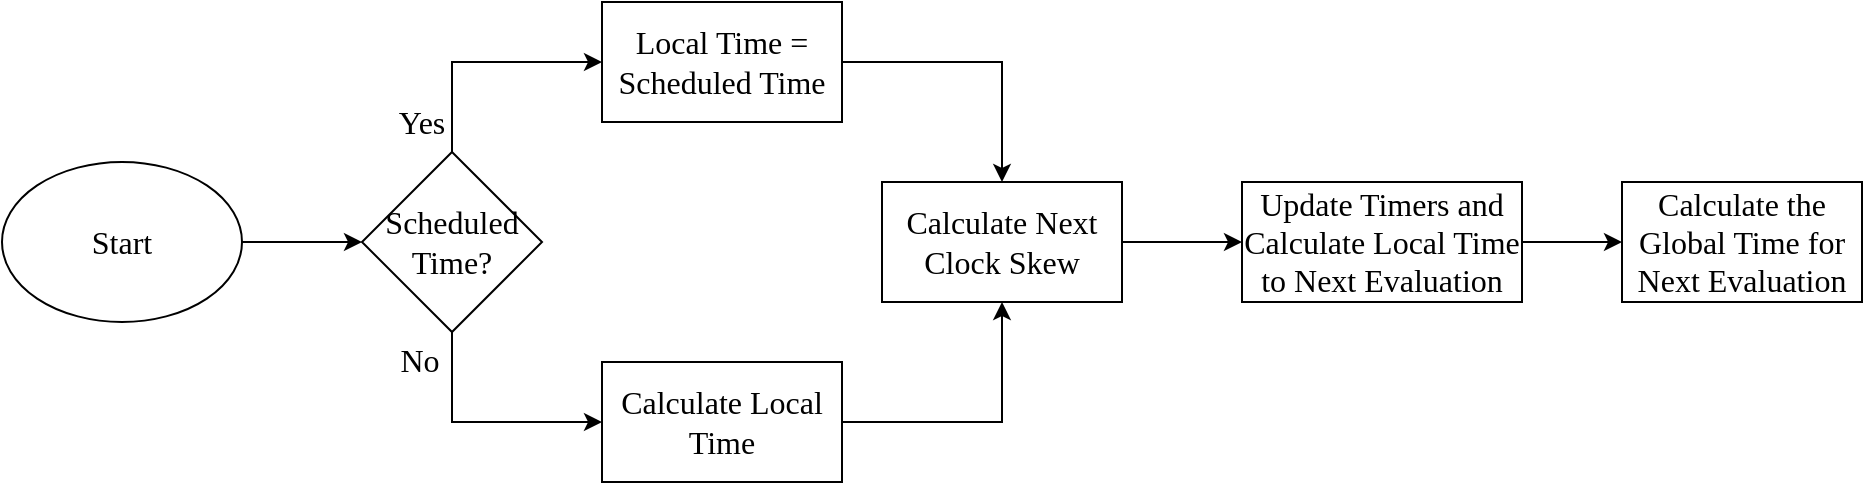
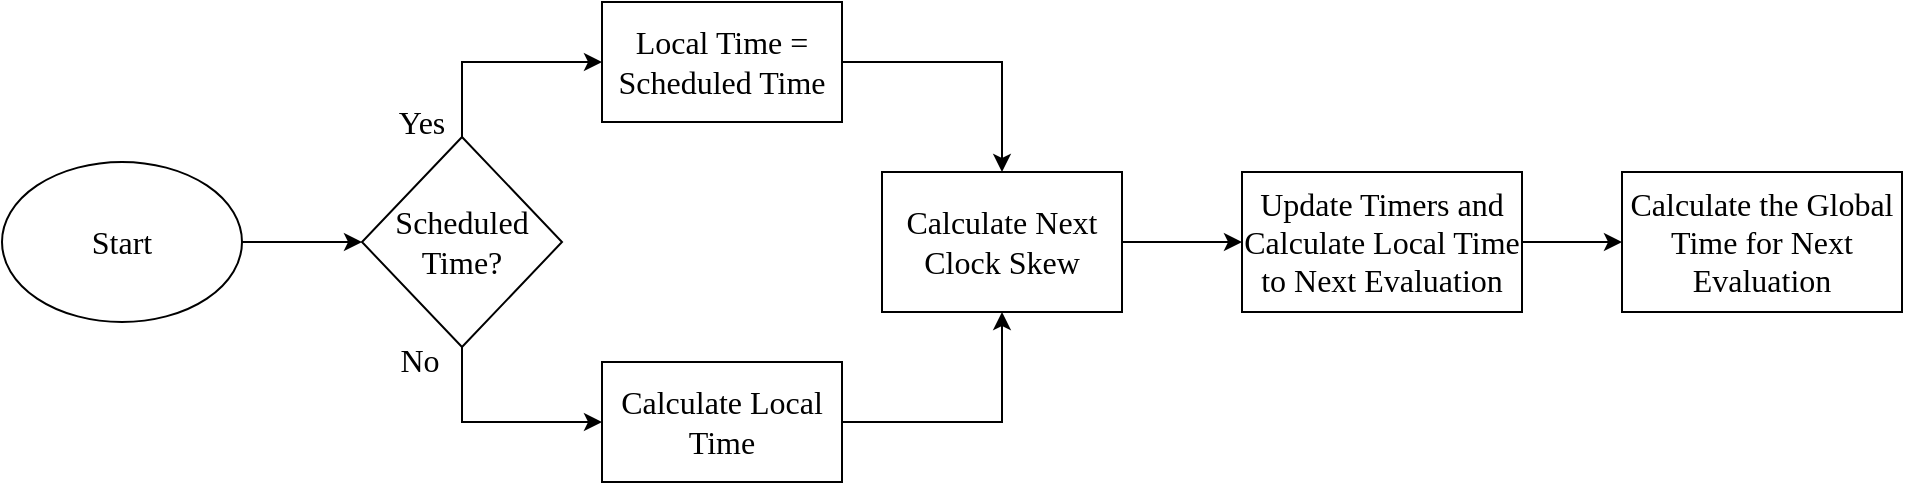
<mxfile host="app.diagrams.net">
  <diagram name="Page-1" id="PFR9LK0ClkDxtsIZ37wa">
-     <mxGraphModel dx="1471" dy="820" grid="1" gridSize="10" guides="1" tooltips="1" connect="1" arrows="1" fold="1" page="1" pageScale="1" pageWidth="1169" pageHeight="1654" math="0" shadow="0">
+     <mxGraphModel dx="1212" dy="675" grid="1" gridSize="10" guides="1" tooltips="1" connect="1" arrows="1" fold="1" page="1" pageScale="1" pageWidth="1169" pageHeight="1654" math="0" shadow="0">
      <root>
        <mxCell id="0" />
        <mxCell id="1" parent="0" />
        <mxCell id="LROuO1wFUtxLFmI2sFh0-1" edge="1" parent="1" source="LROuO1wFUtxLFmI2sFh0-2" style="edgeStyle=orthogonalEdgeStyle;rounded=0;orthogonalLoop=1;jettySize=auto;html=1;exitX=1;exitY=0.5;exitDx=0;exitDy=0;fontFamily=modern;fontSource=https%3A%2F%2Fsourceforge.net%2Fprojects%2Fcm-unicode%2F;fontSize=16;" target="LROuO1wFUtxLFmI2sFh0-5">
          <mxGeometry relative="1" as="geometry" />
        </mxCell>
        <mxCell id="LROuO1wFUtxLFmI2sFh0-2" parent="1" style="ellipse;whiteSpace=wrap;html=1;fontFamily=modern;fontSource=https%3A%2F%2Fsourceforge.net%2Fprojects%2Fcm-unicode%2F;fontSize=16;" value="Start" vertex="1">
          <mxGeometry height="80" width="120" x="60" y="410" as="geometry" />
        </mxCell>
        <mxCell id="LROuO1wFUtxLFmI2sFh0-3" edge="1" parent="1" source="LROuO1wFUtxLFmI2sFh0-5" style="edgeStyle=orthogonalEdgeStyle;rounded=0;orthogonalLoop=1;jettySize=auto;html=1;exitX=0.5;exitY=0;exitDx=0;exitDy=0;entryX=0;entryY=0.5;entryDx=0;entryDy=0;fontFamily=modern;fontSource=https%3A%2F%2Fsourceforge.net%2Fprojects%2Fcm-unicode%2F;fontSize=16;" target="LROuO1wFUtxLFmI2sFh0-7">
          <mxGeometry relative="1" as="geometry" />
        </mxCell>
        <mxCell id="LROuO1wFUtxLFmI2sFh0-4" edge="1" parent="1" source="LROuO1wFUtxLFmI2sFh0-5" style="edgeStyle=orthogonalEdgeStyle;rounded=0;orthogonalLoop=1;jettySize=auto;html=1;exitX=0.5;exitY=1;exitDx=0;exitDy=0;entryX=0;entryY=0.5;entryDx=0;entryDy=0;fontFamily=modern;fontSource=https%3A%2F%2Fsourceforge.net%2Fprojects%2Fcm-unicode%2F;fontSize=16;" target="LROuO1wFUtxLFmI2sFh0-9">
          <mxGeometry relative="1" as="geometry" />
        </mxCell>
        <mxCell id="LROuO1wFUtxLFmI2sFh0-5" parent="1" style="rhombus;whiteSpace=wrap;html=1;fontFamily=modern;fontSource=https%3A%2F%2Fsourceforge.net%2Fprojects%2Fcm-unicode%2F;fontSize=16;" value="Scheduled Time?" vertex="1">
-           <mxGeometry height="90" width="90" x="240" y="405" as="geometry" />
+           <mxGeometry height="105" width="100" x="240" y="397.5" as="geometry" />
        </mxCell>
        <mxCell id="LROuO1wFUtxLFmI2sFh0-6" edge="1" parent="1" source="LROuO1wFUtxLFmI2sFh0-7" style="edgeStyle=orthogonalEdgeStyle;rounded=0;orthogonalLoop=1;jettySize=auto;html=1;exitX=1;exitY=0.5;exitDx=0;exitDy=0;entryX=0.5;entryY=0;entryDx=0;entryDy=0;fontFamily=modern;fontSource=https%3A%2F%2Fsourceforge.net%2Fprojects%2Fcm-unicode%2F;fontSize=16;" target="LROuO1wFUtxLFmI2sFh0-13">
          <mxGeometry relative="1" as="geometry" />
        </mxCell>
        <mxCell id="LROuO1wFUtxLFmI2sFh0-7" parent="1" style="rounded=0;whiteSpace=wrap;html=1;fontFamily=modern;fontSource=https%3A%2F%2Fsourceforge.net%2Fprojects%2Fcm-unicode%2F;fontSize=16;" value="Local Time = Scheduled Time" vertex="1">
          <mxGeometry height="60" width="120" x="360" y="330" as="geometry" />
        </mxCell>
        <mxCell id="LROuO1wFUtxLFmI2sFh0-8" edge="1" parent="1" source="LROuO1wFUtxLFmI2sFh0-9" style="edgeStyle=orthogonalEdgeStyle;rounded=0;orthogonalLoop=1;jettySize=auto;html=1;exitX=1;exitY=0.5;exitDx=0;exitDy=0;entryX=0.5;entryY=1;entryDx=0;entryDy=0;fontFamily=modern;fontSource=https%3A%2F%2Fsourceforge.net%2Fprojects%2Fcm-unicode%2F;fontSize=16;" target="LROuO1wFUtxLFmI2sFh0-13">
          <mxGeometry relative="1" as="geometry" />
        </mxCell>
        <mxCell id="LROuO1wFUtxLFmI2sFh0-9" parent="1" style="rounded=0;whiteSpace=wrap;html=1;fontFamily=modern;fontSource=https%3A%2F%2Fsourceforge.net%2Fprojects%2Fcm-unicode%2F;fontSize=16;" value="Calculate Local Time" vertex="1">
          <mxGeometry height="60" width="120" x="360" y="510" as="geometry" />
        </mxCell>
        <mxCell id="LROuO1wFUtxLFmI2sFh0-10" parent="1" style="text;html=1;whiteSpace=wrap;strokeColor=none;fillColor=none;align=center;verticalAlign=middle;rounded=0;fontFamily=modern;fontSource=https%3A%2F%2Fsourceforge.net%2Fprojects%2Fcm-unicode%2F;fontSize=16;" value="Yes" vertex="1">
          <mxGeometry height="30" width="60" x="240" y="375" as="geometry" />
        </mxCell>
        <mxCell id="LROuO1wFUtxLFmI2sFh0-11" parent="1" style="text;html=1;whiteSpace=wrap;strokeColor=none;fillColor=none;align=center;verticalAlign=middle;rounded=0;fontFamily=modern;fontSource=https%3A%2F%2Fsourceforge.net%2Fprojects%2Fcm-unicode%2F;fontSize=16;" value="No" vertex="1">
          <mxGeometry height="30" width="60" x="239" y="494" as="geometry" />
        </mxCell>
        <mxCell id="LROuO1wFUtxLFmI2sFh0-12" edge="1" parent="1" source="LROuO1wFUtxLFmI2sFh0-13" style="edgeStyle=orthogonalEdgeStyle;rounded=0;orthogonalLoop=1;jettySize=auto;html=1;fontFamily=modern;fontSource=https%3A%2F%2Fsourceforge.net%2Fprojects%2Fcm-unicode%2F;fontSize=16;" target="LROuO1wFUtxLFmI2sFh0-15" value="">
          <mxGeometry relative="1" as="geometry" />
        </mxCell>
        <mxCell id="LROuO1wFUtxLFmI2sFh0-13" parent="1" style="rounded=0;whiteSpace=wrap;html=1;fontFamily=modern;fontSource=https%3A%2F%2Fsourceforge.net%2Fprojects%2Fcm-unicode%2F;fontSize=16;" value="Calculate Next Clock Skew" vertex="1">
-           <mxGeometry height="60" width="120" x="500" y="420" as="geometry" />
+           <mxGeometry height="70" width="120" x="500" y="415" as="geometry" />
        </mxCell>
        <mxCell id="LROuO1wFUtxLFmI2sFh0-14" edge="1" parent="1" source="LROuO1wFUtxLFmI2sFh0-15" style="edgeStyle=orthogonalEdgeStyle;rounded=0;orthogonalLoop=1;jettySize=auto;html=1;fontFamily=modern;fontSource=https%3A%2F%2Fsourceforge.net%2Fprojects%2Fcm-unicode%2F;fontSize=16;" target="LROuO1wFUtxLFmI2sFh0-16" value="">
          <mxGeometry relative="1" as="geometry" />
        </mxCell>
        <mxCell id="LROuO1wFUtxLFmI2sFh0-15" parent="1" style="rounded=0;whiteSpace=wrap;html=1;fontFamily=modern;fontSource=https%3A%2F%2Fsourceforge.net%2Fprojects%2Fcm-unicode%2F;fontSize=16;" value="Update Timers and Calculate Local Time to Next Evaluation" vertex="1">
-           <mxGeometry height="60" width="140" x="680" y="420" as="geometry" />
+           <mxGeometry height="70" width="140" x="680" y="415" as="geometry" />
        </mxCell>
        <mxCell id="LROuO1wFUtxLFmI2sFh0-16" parent="1" style="rounded=0;whiteSpace=wrap;html=1;fontFamily=modern;fontSource=https%3A%2F%2Fsourceforge.net%2Fprojects%2Fcm-unicode%2F;fontSize=16;" value="Calculate the Global Time for Next Evaluation" vertex="1">
-           <mxGeometry height="60" width="120" x="870" y="420" as="geometry" />
+           <mxGeometry height="70" width="140" x="870" y="415" as="geometry" />
        </mxCell>
      </root>
    </mxGraphModel>
  </diagram>
</mxfile>
